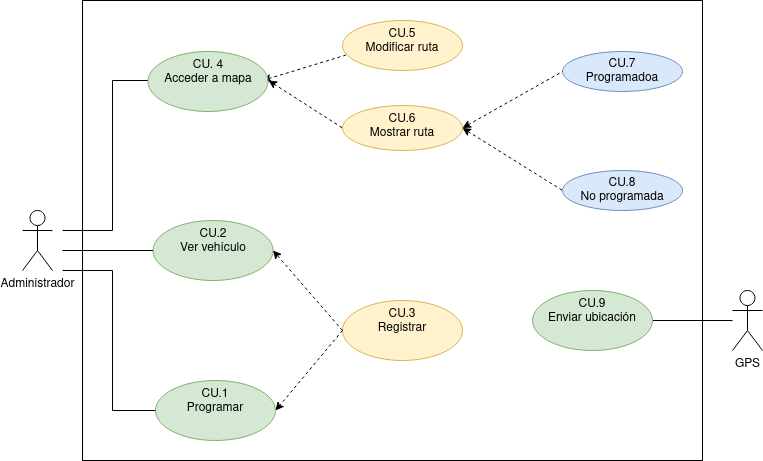
colidom/ets keeps this draw.io diagram as Tareas/casosUso/Tarea3/img/GpsPuerto.drawio.png. Above is the earlier version. Source tidied: cells renumbered, new cells last; positions are measured from the earlier drawing's top-left corner, leaving out a move shared by most shapes.
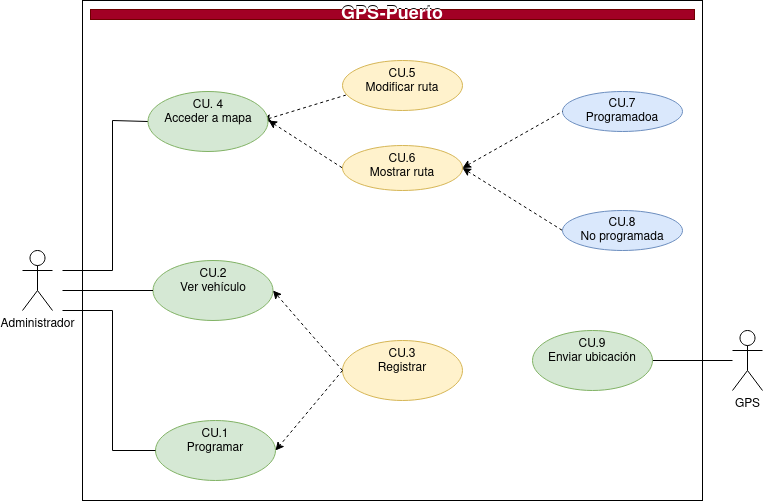
After the change.

The edit, as a diff of the source:
```diff
@@ -3,7 +3,7 @@
     <mxCell id="0" />
     <mxCell id="1" parent="0" />
     <mxCell id="2" style="rounded=0;whiteSpace=wrap;html=1;fillColor=default;" parent="1" vertex="1">
-      <mxGeometry x="60" width="620" height="460" as="geometry" />
+      <mxGeometry x="60" y="-40" width="620" height="500" as="geometry" />
     </mxCell>
     <mxCell id="3" style="edgeStyle=orthogonalEdgeStyle;rounded=0;jettySize=auto;html=1;entryX=0;entryY=0.5;entryDx=0;entryDy=0;endArrow=none;endFill=0;" parent="1" edge="1" target="17">
       <mxGeometry relative="1" as="geometry">
@@ -88,5 +88,11 @@
     <mxCell id="23" value="&lt;div&gt;CU.9&lt;/div&gt;&lt;div&gt;Enviar ubicación&lt;br&gt;&lt;/div&gt;" style="ellipse;whiteSpace=wrap;html=1;verticalAlign=top;fillColor=#d5e8d4;strokeColor=#82b366;" parent="1" vertex="1">
       <mxGeometry x="510" y="290" width="120" height="60" as="geometry" />
     </mxCell>
+    <mxCell id="24" value="&lt;font style=&quot;font-size: 18px;&quot;&gt;&lt;b&gt;&lt;font color=&quot;#000000&quot;&gt;GPS&lt;/font&gt;-&lt;font color=&quot;#000000&quot;&gt;Puerto&lt;/font&gt;&lt;/b&gt;&lt;/font&gt;" style="text;html=1;strokeColor=none;fillColor=none;align=center;verticalAlign=middle;whiteSpace=wrap;rounded=0;fontColor=#ffffff;" parent="1" vertex="1">
+      <mxGeometry x="68" y="-32" width="604" height="10" as="geometry" />
+    </mxCell>
+    <mxCell id="25" value="&lt;font style=&quot;font-size: 18px;&quot; color=&quot;#FFFFFF&quot;&gt;&lt;b&gt;GPS-Puerto&lt;/b&gt;&lt;/font&gt;" style="text;html=1;strokeColor=#6F0000;fillColor=#a20025;align=center;verticalAlign=middle;whiteSpace=wrap;rounded=0;fontColor=#ffffff;" parent="1" vertex="1">
+      <mxGeometry x="68" y="-31" width="604" height="10" as="geometry" />
+    </mxCell>
   </root>
 </mxGraphModel>
```
